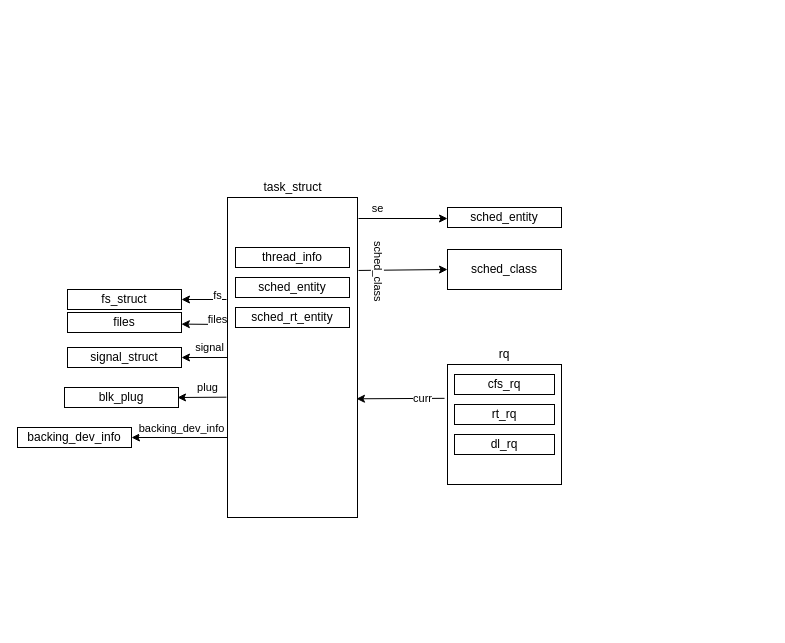
This is task.drawio from jasonactions/graph, a draw.io file, before an edit. Source tidied: cells renumbered, new cells numbered last; positions are measured from the earlier drawing's top-left corner, leaving out a move shared by most shapes. Both pictures are drawn from the tidied source at 100%, with x=0, y=0 at pixel (17, 177).
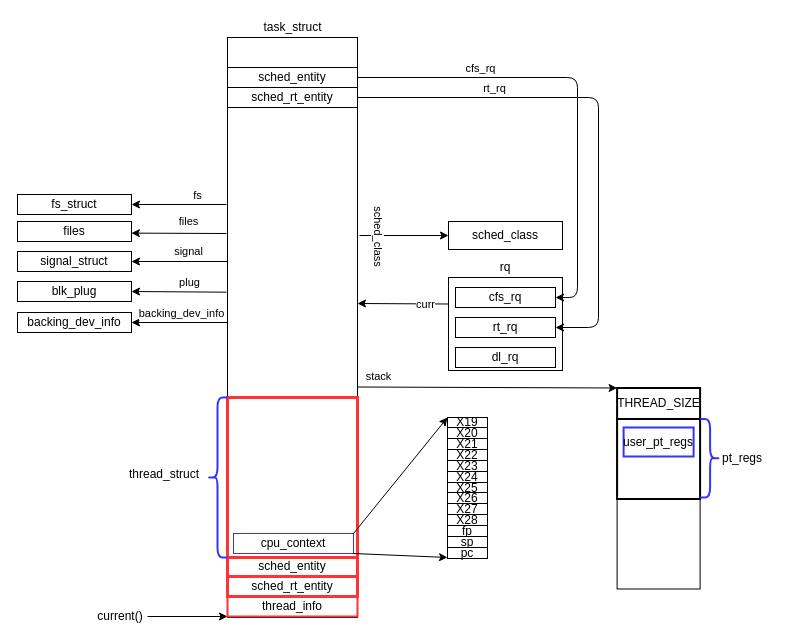
The same diagram, later.

The edit, as a diff of the source:
```diff
@@
     <mxCell id="2" style="rounded=0;whiteSpace=wrap;html=1;" parent="1" vertex="1">
-      <mxGeometry x="210" y="20" width="130" height="320" as="geometry" />
+      <mxGeometry x="210" y="-140" width="130" height="580" as="geometry" />
     </mxCell>
-    <mxCell id="3" value="thread_info" style="rounded=0;whiteSpace=wrap;html=1;" parent="1" vertex="1">
-      <mxGeometry x="218" y="70" width="114" height="20" as="geometry" />
+    <mxCell id="3" value="thread_info" style="rounded=0;whiteSpace=wrap;html=1;strokeColor=#FF3333;strokeWidth=2;" parent="1" vertex="1">
+      <mxGeometry x="210" y="419" width="130" height="20" as="geometry" />
     </mxCell>
     <mxCell id="4" value="task_struct" style="text;html=1;strokeColor=none;fillColor=none;align=center;verticalAlign=middle;whiteSpace=wrap;rounded=0;" parent="1" vertex="1">
-      <mxGeometry x="242.5" width="65" height="20" as="geometry" />
+      <mxGeometry x="242.5" y="-160" width="65" height="20" as="geometry" />
     </mxCell>
     <mxCell id="5" value="sched_class" style="rounded=0;whiteSpace=wrap;html=1;" parent="1" vertex="1">
-      <mxGeometry x="430" y="72" width="114" height="40" as="geometry" />
+      <mxGeometry x="431" y="44" width="114" height="28" as="geometry" />
     </mxCell>
-    <mxCell id="6" style="endArrow=classic;html=1;exitX=1.008;exitY=0.228;exitDx=0;exitDy=0;exitPerimeter=0;entryX=0;entryY=0.5;entryDx=0;entryDy=0;" parent="1" edge="1" source="2" target="5">
-      <mxGeometry relative="1" as="geometry" />
+    <mxCell id="6" style="endArrow=classic;html=1;exitX=1.008;exitY=0.228;exitDx=0;exitDy=0;exitPerimeter=0;entryX=0;entryY=0.5;entryDx=0;entryDy=0;" parent="1" edge="1" target="5">
+      <mxGeometry relative="1" as="geometry">
+        <mxPoint x="342" y="58" as="sourcePoint" />
+      </mxGeometry>
     </mxCell>
@@
-    <mxCell id="8" value="sched_entity" style="rounded=0;whiteSpace=wrap;html=1;" parent="1" vertex="1">
-      <mxGeometry x="218" y="100" width="114" height="20" as="geometry" />
+    <mxCell id="8" value="sched_entity" style="rounded=0;whiteSpace=wrap;html=1;strokeColor=#FF3333;strokeWidth=3;" parent="1" vertex="1">
+      <mxGeometry x="210" y="379" width="130" height="20" as="geometry" />
     </mxCell>
-    <mxCell id="9" value="sched_rt_entity" style="rounded=0;whiteSpace=wrap;html=1;" parent="1" vertex="1">
-      <mxGeometry x="218" y="130" width="114" height="20" as="geometry" />
+    <mxCell id="9" value="sched_rt_entity" style="rounded=0;whiteSpace=wrap;html=1;strokeColor=#FF3333;strokeWidth=3;" parent="1" vertex="1">
+      <mxGeometry x="210" y="399" width="130" height="20" as="geometry" />
     </mxCell>
     <mxCell id="10" value="fs_struct" style="rounded=0;whiteSpace=wrap;html=1;" parent="1" vertex="1">
-      <mxGeometry x="50" y="112" width="114" height="20" as="geometry" />
+      <mxGeometry y="17" width="114" height="20" as="geometry" />
     </mxCell>
     <mxCell id="11" style="endArrow=classic;html=1;entryX=1;entryY=0.5;entryDx=0;entryDy=0;" parent="1" edge="1" target="10">
       <mxGeometry relative="1" as="geometry">
-        <mxPoint x="209" y="122" as="sourcePoint" />
+        <mxPoint x="209" y="27" as="sourcePoint" />
       </mxGeometry>
     </mxCell>
     <mxCell id="12" value="fs" style="edgeLabel;html=1;align=center;verticalAlign=middle;" parent="11" vertex="1">
       <mxGeometry x="-0.71" relative="1" as="geometry">
-        <mxPoint x="-3" y="-5" as="offset" />
+        <mxPoint x="-16" y="-10" as="offset" />
       </mxGeometry>
     </mxCell>
     <mxCell id="13" value="files" style="rounded=0;whiteSpace=wrap;html=1;" parent="1" vertex="1">
-      <mxGeometry x="50" y="135" width="114" height="20" as="geometry" />
+      <mxGeometry y="44" width="114" height="20" as="geometry" />
     </mxCell>
     <mxCell id="14" style="endArrow=classic;html=1;entryX=0.999;entryY=0.581;entryDx=0;entryDy=0;entryPerimeter=0;" parent="1" edge="1" target="13">
       <mxGeometry relative="1" as="geometry">
-        <mxPoint x="209" y="147" as="sourcePoint" />
+        <mxPoint x="209" y="56" as="sourcePoint" />
       </mxGeometry>
     </mxCell>
     <mxCell id="15" value="files" style="edgeLabel;html=1;align=center;verticalAlign=middle;" parent="14" vertex="1">
       <mxGeometry x="-0.56" relative="1" as="geometry">
-        <mxPoint y="-5" as="offset" />
+        <mxPoint x="-18" y="-12" as="offset" />
       </mxGeometry>
     </mxCell>
     <mxCell id="16" value="signal_struct" style="rounded=0;whiteSpace=wrap;html=1;" parent="1" vertex="1">
-      <mxGeometry x="50" y="170" width="114" height="20" as="geometry" />
+      <mxGeometry y="74" width="114" height="20" as="geometry" />
     </mxCell>
-    <mxCell id="17" style="endArrow=classic;html=1;exitX=0;exitY=0.5;exitDx=0;exitDy=0;" parent="1" edge="1" source="2" target="16">
-      <mxGeometry relative="1" as="geometry" />
+    <mxCell id="17" style="endArrow=classic;html=1;exitX=0;exitY=0.5;exitDx=0;exitDy=0;" parent="1" edge="1" target="16">
+      <mxGeometry relative="1" as="geometry">
+        <mxPoint x="210" y="84" as="sourcePoint" />
+      </mxGeometry>
     </mxCell>
@@
     <mxCell id="19" value="blk_plug" style="rounded=0;whiteSpace=wrap;html=1;" parent="1" vertex="1">
-      <mxGeometry x="47" y="210" width="114" height="20" as="geometry" />
+      <mxGeometry y="104" width="114" height="20" as="geometry" />
     </mxCell>
-    <mxCell id="20" style="endArrow=classic;html=1;exitX=-0.008;exitY=0.624;exitDx=0;exitDy=0;exitPerimeter=0;" parent="1" edge="1" source="2">
+    <mxCell id="20" style="endArrow=classic;html=1;exitX=-0.008;exitY=0.624;exitDx=0;exitDy=0;exitPerimeter=0;entryX=1;entryY=0.5;entryDx=0;entryDy=0;" parent="1" edge="1" target="19">
       <mxGeometry relative="1" as="geometry">
-        <mxPoint x="160" y="220" as="targetPoint" />
+        <mxPoint x="209" y="114.7" as="sourcePoint" />
       </mxGeometry>
     </mxCell>
@@
     <mxCell id="22" value="backing_dev_info" style="rounded=0;whiteSpace=wrap;html=1;" parent="1" vertex="1">
-      <mxGeometry y="250" width="114" height="20" as="geometry" />
+      <mxGeometry y="135" width="114" height="20" as="geometry" />
     </mxCell>
-    <mxCell id="23" style="endArrow=classic;html=1;exitX=0;exitY=0.75;exitDx=0;exitDy=0;entryX=1;entryY=0.5;entryDx=0;entryDy=0;" parent="1" edge="1" source="2" target="22">
-      <mxGeometry relative="1" as="geometry" />
+    <mxCell id="23" style="endArrow=classic;html=1;exitX=0;exitY=0.75;exitDx=0;exitDy=0;entryX=1;entryY=0.5;entryDx=0;entryDy=0;" parent="1" edge="1" target="22">
+      <mxGeometry relative="1" as="geometry">
+        <mxPoint x="210" y="145" as="sourcePoint" />
+      </mxGeometry>
     </mxCell>
@@
     <mxCell id="25" style="rounded=0;whiteSpace=wrap;html=1;" parent="1" vertex="1">
-      <mxGeometry x="430" y="187" width="114" height="120" as="geometry" />
+      <mxGeometry x="431" y="100" width="114" height="93" as="geometry" />
     </mxCell>
     <mxCell id="26" value="rq" style="text;html=1;strokeColor=none;fillColor=none;align=center;verticalAlign=middle;whiteSpace=wrap;rounded=0;" parent="1" vertex="1">
-      <mxGeometry x="467" y="167" width="40" height="20" as="geometry" />
+      <mxGeometry x="468" y="80" width="40" height="20" as="geometry" />
     </mxCell>
     <mxCell id="27" value="cfs_rq" style="rounded=0;whiteSpace=wrap;html=1;" parent="1" vertex="1">
-      <mxGeometry x="437" y="197" width="100" height="20" as="geometry" />
+      <mxGeometry x="438" y="110" width="100" height="20" as="geometry" />
     </mxCell>
     <mxCell id="28" value="rt_rq" style="rounded=0;whiteSpace=wrap;html=1;" parent="1" vertex="1">
-      <mxGeometry x="437" y="227" width="100" height="20" as="geometry" />
+      <mxGeometry x="438" y="140" width="100" height="20" as="geometry" />
     </mxCell>
     <mxCell id="29" value="dl_rq" style="rounded=0;whiteSpace=wrap;html=1;" parent="1" vertex="1">
-      <mxGeometry x="437" y="257" width="100" height="20" as="geometry" />
+      <mxGeometry x="438" y="170" width="100" height="20" as="geometry" />
     </mxCell>
-    <mxCell id="30" style="endArrow=classic;html=1;exitX=-0.026;exitY=0.282;exitDx=0;exitDy=0;exitPerimeter=0;entryX=0.992;entryY=0.629;entryDx=0;entryDy=0;entryPerimeter=0;" parent="1" edge="1" source="25" target="2">
-      <mxGeometry relative="1" as="geometry" />
+    <mxCell id="30" style="endArrow=classic;html=1;exitX=0.001;exitY=0.285;exitDx=0;exitDy=0;exitPerimeter=0;" parent="1" edge="1" source="25">
+      <mxGeometry relative="1" as="geometry">
+        <mxPoint x="340" y="126" as="targetPoint" />
+      </mxGeometry>
     </mxCell>
@@
     <mxCell id="32" value="sched_entity" style="rounded=0;whiteSpace=wrap;html=1;" parent="1" vertex="1">
-      <mxGeometry x="430" y="30" width="114" height="20" as="geometry" />
+      <mxGeometry x="210" y="-110" width="130" height="20" as="geometry" />
     </mxCell>
-    <mxCell id="33" style="endArrow=classic;html=1;" parent="1" edge="1">
-      <mxGeometry relative="1" as="geometry">
-        <mxPoint x="341" y="41" as="sourcePoint" />
-        <mxPoint x="430" y="41" as="targetPoint" />
-      </mxGeometry>
-    </mxCell>
-    <mxCell id="34" value="se" style="edgeLabel;html=1;align=center;verticalAlign=middle;" parent="33" vertex="1">
-      <mxGeometry x="-0.72" relative="1" as="geometry">
-        <mxPoint x="6" y="-11" as="offset" />
-      </mxGeometry>
-    </mxCell>
+    <mxCell id="35" value="THREAD_SIZE" style="rounded=0;whiteSpace=wrap;html=1;strokeWidth=2;" parent="1" vertex="1">
+      <mxGeometry x="599.6" y="210.5" width="83" height="31" as="geometry" />
+    </mxCell>
+    <mxCell id="36" style="endArrow=classic;html=1;exitX=1.003;exitY=0.276;exitDx=0;exitDy=0;exitPerimeter=0;entryX=0;entryY=0;entryDx=0;entryDy=0;" parent="1" edge="1" target="35">
+      <mxGeometry relative="1" as="geometry">
+        <mxPoint x="340" y="209.5" as="sourcePoint" />
+      </mxGeometry>
+    </mxCell>
+    <mxCell id="37" value="stack" style="edgeLabel;html=1;align=center;verticalAlign=middle;" parent="36" vertex="1">
+      <mxGeometry x="-0.86" relative="1" as="geometry">
+        <mxPoint x="3" y="-11" as="offset" />
+      </mxGeometry>
+    </mxCell>
+    <mxCell id="38" style="endArrow=classic;html=1;entryX=0;entryY=1;entryDx=0;entryDy=0;" parent="1" edge="1" target="3">
+      <mxGeometry relative="1" as="geometry">
+        <mxPoint x="130" y="439" as="sourcePoint" />
+      </mxGeometry>
+    </mxCell>
+    <mxCell id="39" value="current()" style="text;html=1;strokeColor=none;fillColor=none;align=center;verticalAlign=middle;whiteSpace=wrap;rounded=0;" parent="1" vertex="1">
+      <mxGeometry x="83" y="429" width="40" height="20" as="geometry" />
+    </mxCell>
+    <mxCell id="40" style="rounded=0;whiteSpace=wrap;html=1;strokeColor=#FF3333;strokeWidth=3;" parent="1" vertex="1">
+      <mxGeometry x="210" y="220" width="130" height="160" as="geometry" />
+    </mxCell>
+    <mxCell id="41" value="cpu_context" style="rounded=0;whiteSpace=wrap;html=1;strokeColor=#3333FF;" parent="1" vertex="1">
+      <mxGeometry x="216" y="356" width="120" height="20" as="geometry" />
+    </mxCell>
+    <mxCell id="42" style="shape=curlyBracket;whiteSpace=wrap;html=1;rounded=1;strokeColor=#3333FF;strokeWidth=2;" parent="1" vertex="1">
+      <mxGeometry x="190" y="220" width="20" height="160" as="geometry" />
+    </mxCell>
+    <mxCell id="43" value="thread_struct" style="text;whiteSpace=wrap;html=1;" parent="1" vertex="1">
+      <mxGeometry x="110" y="283" width="80" height="30" as="geometry" />
+    </mxCell>
+    <mxCell id="44" value="X19" style="rounded=0;whiteSpace=wrap;html=1;" parent="1" vertex="1">
+      <mxGeometry x="430" y="240" width="40" height="10" as="geometry" />
+    </mxCell>
+    <mxCell id="45" value="X20" style="rounded=0;whiteSpace=wrap;html=1;" parent="1" vertex="1">
+      <mxGeometry x="430" y="250" width="40" height="11" as="geometry" />
+    </mxCell>
+    <mxCell id="46" value="X21" style="rounded=0;whiteSpace=wrap;html=1;" parent="1" vertex="1">
+      <mxGeometry x="430" y="261" width="40" height="11" as="geometry" />
+    </mxCell>
+    <mxCell id="47" value="X22" style="rounded=0;whiteSpace=wrap;html=1;" parent="1" vertex="1">
+      <mxGeometry x="430" y="272" width="40" height="11" as="geometry" />
+    </mxCell>
+    <mxCell id="48" value="X23" style="rounded=0;whiteSpace=wrap;html=1;" parent="1" vertex="1">
+      <mxGeometry x="430" y="283" width="40" height="11" as="geometry" />
+    </mxCell>
+    <mxCell id="49" value="X24" style="rounded=0;whiteSpace=wrap;html=1;" parent="1" vertex="1">
+      <mxGeometry x="430" y="294" width="40" height="11" as="geometry" />
+    </mxCell>
+    <mxCell id="50" value="X25" style="rounded=0;whiteSpace=wrap;html=1;" parent="1" vertex="1">
+      <mxGeometry x="430" y="305" width="40" height="11" as="geometry" />
+    </mxCell>
+    <mxCell id="51" value="X26" style="rounded=0;whiteSpace=wrap;html=1;" parent="1" vertex="1">
+      <mxGeometry x="430" y="315" width="40" height="11" as="geometry" />
+    </mxCell>
+    <mxCell id="52" value="X27" style="rounded=0;whiteSpace=wrap;html=1;" parent="1" vertex="1">
+      <mxGeometry x="430" y="326" width="40" height="11" as="geometry" />
+    </mxCell>
+    <mxCell id="53" value="X28" style="rounded=0;whiteSpace=wrap;html=1;" parent="1" vertex="1">
+      <mxGeometry x="430" y="337" width="40" height="11" as="geometry" />
+    </mxCell>
+    <mxCell id="54" value="fp" style="rounded=0;whiteSpace=wrap;html=1;" parent="1" vertex="1">
+      <mxGeometry x="430" y="348" width="40" height="11" as="geometry" />
+    </mxCell>
+    <mxCell id="55" value="sp" style="rounded=0;whiteSpace=wrap;html=1;" parent="1" vertex="1">
+      <mxGeometry x="430" y="359" width="40" height="11" as="geometry" />
+    </mxCell>
+    <mxCell id="56" value="pc" style="rounded=0;whiteSpace=wrap;html=1;" parent="1" vertex="1">
+      <mxGeometry x="430" y="370" width="40" height="11" as="geometry" />
+    </mxCell>
+    <mxCell id="57" style="endArrow=classic;html=1;exitX=1;exitY=0;exitDx=0;exitDy=0;entryX=0;entryY=0;entryDx=0;entryDy=0;" parent="1" edge="1" source="41" target="44">
+      <mxGeometry relative="1" as="geometry" />
+    </mxCell>
+    <mxCell id="58" style="endArrow=classic;html=1;exitX=1;exitY=1;exitDx=0;exitDy=0;" parent="1" edge="1" source="41">
+      <mxGeometry relative="1" as="geometry">
+        <mxPoint x="430" y="380" as="targetPoint" />
+      </mxGeometry>
+    </mxCell>
+    <mxCell id="59" style="rounded=0;whiteSpace=wrap;html=1;" parent="1" vertex="1">
+      <mxGeometry x="599.6" y="241.5" width="83" height="170" as="geometry" />
+    </mxCell>
+    <mxCell id="60" style="rounded=0;whiteSpace=wrap;html=1;strokeWidth=2;" parent="1" vertex="1">
+      <mxGeometry x="599.6" y="241.5" width="83" height="80" as="geometry" />
+    </mxCell>
+    <mxCell id="61" style="edgeStyle=elbowEdgeStyle;elbow=horizontal;endArrow=classic;html=1;exitX=1;exitY=0.5;exitDx=0;exitDy=0;entryX=1;entryY=0.5;entryDx=0;entryDy=0;" parent="1" edge="1" source="32" target="27">
+      <mxGeometry relative="1" as="geometry">
+        <Array as="points">
+          <mxPoint x="560" y="10" />
+        </Array>
+      </mxGeometry>
+    </mxCell>
+    <mxCell id="62" value="cfs_rq" style="edgeLabel;html=1;align=center;verticalAlign=middle;" parent="61" vertex="1">
+      <mxGeometry x="-0.48" y="-2" relative="1" as="geometry">
+        <mxPoint x="2" y="-12" as="offset" />
+      </mxGeometry>
+    </mxCell>
+    <mxCell id="63" value="sched_rt_entity" style="rounded=0;whiteSpace=wrap;html=1;" parent="1" vertex="1">
+      <mxGeometry x="210" y="-90" width="130" height="20" as="geometry" />
+    </mxCell>
+    <mxCell id="64" style="edgeStyle=elbowEdgeStyle;elbow=horizontal;endArrow=classic;html=1;exitX=1;exitY=0.5;exitDx=0;exitDy=0;entryX=1;entryY=0.5;entryDx=0;entryDy=0;" parent="1" edge="1" source="63" target="28">
+      <mxGeometry relative="1" as="geometry">
+        <Array as="points">
+          <mxPoint x="581" y="105" />
+        </Array>
+      </mxGeometry>
+    </mxCell>
+    <mxCell id="65" value="rt_rq" style="edgeLabel;html=1;align=center;verticalAlign=middle;" parent="64" vertex="1">
+      <mxGeometry x="-0.48" y="-2" relative="1" as="geometry">
+        <mxPoint x="2" y="-12" as="offset" />
+      </mxGeometry>
+    </mxCell>
+    <mxCell id="66" value="user_pt_regs" style="rounded=0;whiteSpace=wrap;html=1;strokeColor=#3333FF;strokeWidth=2;" parent="1" vertex="1">
+      <mxGeometry x="606.1" y="250" width="70" height="29" as="geometry" />
+    </mxCell>
+    <mxCell id="67" style="shape=curlyBracket;whiteSpace=wrap;html=1;rounded=1;flipH=1;strokeColor=#3333FF;strokeWidth=2;" parent="1" vertex="1">
+      <mxGeometry x="682.6" y="241.5" width="20" height="78.5" as="geometry" />
+    </mxCell>
+    <mxCell id="68" value="pt_regs" style="text;whiteSpace=wrap;html=1;" parent="1" vertex="1">
+      <mxGeometry x="702.6" y="266.5" width="47.4" height="30" as="geometry" />
+    </mxCell>
```
